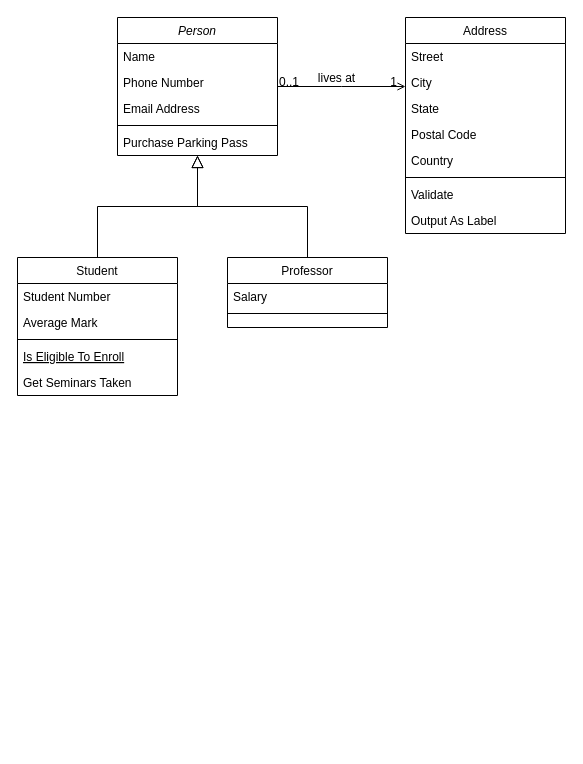
The draw.io diagram Untitled Diagram.drawio in ahmadzen022/PerpusDigital, before the edit. Source tidied: cells renumbered, new cells numbered last; positions are measured from the earlier drawing's top-left corner, leaving out a move shared by most shapes. Both pictures are drawn from the tidied source at 100%, with x=0, y=0 at pixel (17, 17).
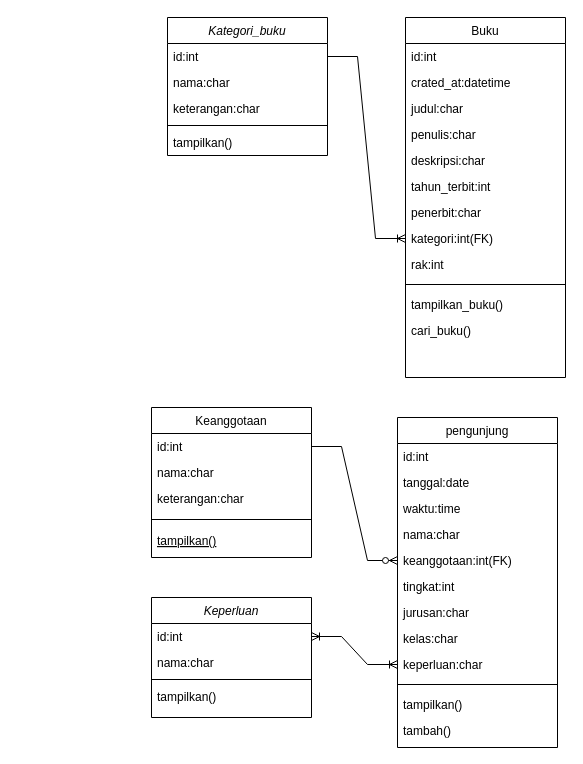
The same page after the edit.

Commit message (it also covers changes not shown here):
Class Diagram perpus.drawio

What changed in the source:
```diff
@@
-    <mxCell id="2" value="Person" style="swimlane;fontStyle=2;align=center;verticalAlign=top;horizontal=1;startSize=26;rounded=0;shadow=0;strokeWidth=1;" parent="1" vertex="1">
-      <mxGeometry x="100" width="160" height="138" as="geometry" />
+    <mxCell id="2" value="Kategori_buku" style="swimlane;fontStyle=2;align=center;verticalAlign=top;horizontal=1;startSize=26;rounded=0;shadow=0;strokeWidth=1;" parent="1" vertex="1">
+      <mxGeometry x="150" width="160" height="138" as="geometry" />
     </mxCell>
-    <mxCell id="3" value="Name" style="text;align=left;verticalAlign=top;spacingLeft=4;spacingRight=4;overflow=hidden;points=[[0,0.5],[1,0.5]];portConstraint=eastwest;" parent="2" vertex="1">
+    <mxCell id="3" value="id:int" style="text;align=left;verticalAlign=top;spacingLeft=4;spacingRight=4;overflow=hidden;points=[[0,0.5],[1,0.5]];portConstraint=eastwest;" parent="2" vertex="1">
       <mxGeometry y="26" width="160" height="26" as="geometry" />
     </mxCell>
-    <mxCell id="4" value="Phone Number" style="text;align=left;verticalAlign=top;spacingLeft=4;spacingRight=4;overflow=hidden;rounded=0;shadow=0;html=0;" parent="2" vertex="1">
+    <mxCell id="4" value="nama:char" style="text;align=left;verticalAlign=top;spacingLeft=4;spacingRight=4;overflow=hidden;rounded=0;shadow=0;html=0;" parent="2" vertex="1">
       <mxGeometry y="52" width="160" height="26" as="geometry" />
     </mxCell>
-    <mxCell id="5" value="Email Address" style="text;align=left;verticalAlign=top;spacingLeft=4;spacingRight=4;overflow=hidden;rounded=0;shadow=0;html=0;" parent="2" vertex="1">
+    <mxCell id="5" value="keterangan:char" style="text;align=left;verticalAlign=top;spacingLeft=4;spacingRight=4;overflow=hidden;rounded=0;shadow=0;html=0;" parent="2" vertex="1">
       <mxGeometry y="78" width="160" height="26" as="geometry" />
     </mxCell>
@@
-    <mxCell id="7" value="Purchase Parking Pass" style="text;align=left;verticalAlign=top;spacingLeft=4;spacingRight=4;overflow=hidden;" parent="2" vertex="1">
+    <mxCell id="7" value="tampilkan()" style="text;align=left;verticalAlign=top;spacingLeft=4;spacingRight=4;overflow=hidden;" parent="2" vertex="1">
       <mxGeometry y="112" width="160" height="26" as="geometry" />
     </mxCell>
-    <mxCell id="8" value="Student" style="swimlane;fontStyle=0;align=center;verticalAlign=top;horizontal=1;startSize=26;rounded=0;shadow=0;strokeWidth=1;" parent="1" vertex="1">
-      <mxGeometry y="240" width="160" height="138" as="geometry" />
+    <mxCell id="8" value="Keanggotaan" style="swimlane;fontStyle=0;align=center;verticalAlign=top;horizontal=1;startSize=26;rounded=0;shadow=0;strokeWidth=1;" parent="1" vertex="1">
+      <mxGeometry x="134" y="390" width="160" height="150" as="geometry" />
     </mxCell>
-    <mxCell id="9" value="Student Number" style="text;align=left;verticalAlign=top;spacingLeft=4;spacingRight=4;overflow=hidden;points=[[0,0.5],[1,0.5]];portConstraint=eastwest;" parent="8" vertex="1">
+    <mxCell id="9" value="id:int" style="text;align=left;verticalAlign=top;spacingLeft=4;spacingRight=4;overflow=hidden;points=[[0,0.5],[1,0.5]];portConstraint=eastwest;" parent="8" vertex="1">
       <mxGeometry y="26" width="160" height="26" as="geometry" />
     </mxCell>
-    <mxCell id="10" value="Average Mark" style="text;align=left;verticalAlign=top;spacingLeft=4;spacingRight=4;overflow=hidden;rounded=0;shadow=0;html=0;" parent="8" vertex="1">
+    <mxCell id="10" value="nama:char" style="text;align=left;verticalAlign=top;spacingLeft=4;spacingRight=4;overflow=hidden;rounded=0;shadow=0;html=0;" parent="8" vertex="1">
       <mxGeometry y="52" width="160" height="26" as="geometry" />
     </mxCell>
+    <mxCell id="32" value="keterangan:char" style="text;align=left;verticalAlign=top;spacingLeft=4;spacingRight=4;overflow=hidden;rounded=0;shadow=0;html=0;" parent="8" vertex="1">
+      <mxGeometry y="78" width="160" height="26" as="geometry" />
+    </mxCell>
     <mxCell id="11" style="line;html=1;strokeWidth=1;align=left;verticalAlign=middle;spacingTop=-1;spacingLeft=3;spacingRight=3;labelPosition=right;" parent="8" vertex="1">
-      <mxGeometry y="78" width="160" height="8" as="geometry" />
+      <mxGeometry y="104" width="160" height="16" as="geometry" />
     </mxCell>
-    <mxCell id="12" value="Is Eligible To Enroll" style="text;align=left;verticalAlign=top;spacingLeft=4;spacingRight=4;overflow=hidden;fontStyle=4;" parent="8" vertex="1">
-      <mxGeometry y="86" width="160" height="26" as="geometry" />
+    <mxCell id="12" value="tampilkan()" style="text;align=left;verticalAlign=top;spacingLeft=4;spacingRight=4;overflow=hidden;fontStyle=4;" parent="8" vertex="1">
+      <mxGeometry y="120" width="160" height="26" as="geometry" />
     </mxCell>
-    <mxCell id="13" value="Get Seminars Taken" style="text;align=left;verticalAlign=top;spacingLeft=4;spacingRight=4;overflow=hidden;" parent="8" vertex="1">
-      <mxGeometry y="112" width="160" height="26" as="geometry" />
-    </mxCell>
-    <mxCell id="14" style="endArrow=block;endSize=10;endFill=0;shadow=0;strokeWidth=1;rounded=0;edgeStyle=elbowEdgeStyle;elbow=vertical;" parent="1" edge="1" source="8" target="2">
-      <mxGeometry relative="1" as="geometry" />
-    </mxCell>
-    <mxCell id="15" value="Professor" style="swimlane;fontStyle=0;align=center;verticalAlign=top;horizontal=1;startSize=26;rounded=0;shadow=0;strokeWidth=1;" parent="1" vertex="1">
-      <mxGeometry x="210" y="240" width="160" height="70" as="geometry" />
-    </mxCell>
-    <mxCell id="16" value="Salary" style="text;align=left;verticalAlign=top;spacingLeft=4;spacingRight=4;overflow=hidden;" parent="15" vertex="1">
-      <mxGeometry y="26" width="160" height="26" as="geometry" />
-    </mxCell>
-    <mxCell id="17" style="line;html=1;strokeWidth=1;align=left;verticalAlign=middle;spacingTop=-1;spacingLeft=3;spacingRight=3;labelPosition=right;" parent="15" vertex="1">
-      <mxGeometry y="52" width="160" height="8" as="geometry" />
-    </mxCell>
-    <mxCell id="18" style="endArrow=block;endSize=10;endFill=0;shadow=0;strokeWidth=1;rounded=0;edgeStyle=elbowEdgeStyle;elbow=vertical;" parent="1" edge="1" source="15" target="2">
-      <mxGeometry relative="1" as="geometry" />
-    </mxCell>
-    <mxCell id="19" value="Address" style="swimlane;fontStyle=0;align=center;verticalAlign=top;horizontal=1;startSize=26;rounded=0;shadow=0;strokeWidth=1;" parent="1" vertex="1">
-      <mxGeometry x="388" width="160" height="216" as="geometry" />
+    <mxCell id="19" value="Buku" style="swimlane;fontStyle=0;align=center;verticalAlign=top;horizontal=1;startSize=26;rounded=0;shadow=0;strokeWidth=1;" parent="1" vertex="1">
+      <mxGeometry x="388" width="160" height="360" as="geometry" />
     </mxCell>
-    <mxCell id="20" value="Street" style="text;align=left;verticalAlign=top;spacingLeft=4;spacingRight=4;overflow=hidden;" parent="19" vertex="1">
+    <mxCell id="20" value="id:int" style="text;align=left;verticalAlign=top;spacingLeft=4;spacingRight=4;overflow=hidden;" parent="19" vertex="1">
       <mxGeometry y="26" width="160" height="26" as="geometry" />
     </mxCell>
-    <mxCell id="21" value="City" style="text;align=left;verticalAlign=top;spacingLeft=4;spacingRight=4;overflow=hidden;rounded=0;shadow=0;html=0;" parent="19" vertex="1">
+    <mxCell id="21" value="crated_at:datetime" style="text;align=left;verticalAlign=top;spacingLeft=4;spacingRight=4;overflow=hidden;rounded=0;shadow=0;html=0;" parent="19" vertex="1">
       <mxGeometry y="52" width="160" height="26" as="geometry" />
     </mxCell>
-    <mxCell id="22" value="State" style="text;align=left;verticalAlign=top;spacingLeft=4;spacingRight=4;overflow=hidden;rounded=0;shadow=0;html=0;" parent="19" vertex="1">
+    <mxCell id="22" value="judul:char" style="text;align=left;verticalAlign=top;spacingLeft=4;spacingRight=4;overflow=hidden;rounded=0;shadow=0;html=0;" parent="19" vertex="1">
       <mxGeometry y="78" width="160" height="26" as="geometry" />
     </mxCell>
-    <mxCell id="23" value="Postal Code" style="text;align=left;verticalAlign=top;spacingLeft=4;spacingRight=4;overflow=hidden;rounded=0;shadow=0;html=0;" parent="19" vertex="1">
+    <mxCell id="23" value="penulis:char" style="text;align=left;verticalAlign=top;spacingLeft=4;spacingRight=4;overflow=hidden;rounded=0;shadow=0;html=0;" parent="19" vertex="1">
       <mxGeometry y="104" width="160" height="26" as="geometry" />
     </mxCell>
-    <mxCell id="24" value="Country" style="text;align=left;verticalAlign=top;spacingLeft=4;spacingRight=4;overflow=hidden;rounded=0;shadow=0;html=0;" parent="19" vertex="1">
+    <mxCell id="24" value="deskripsi:char" style="text;align=left;verticalAlign=top;spacingLeft=4;spacingRight=4;overflow=hidden;rounded=0;shadow=0;html=0;" parent="19" vertex="1">
       <mxGeometry y="130" width="160" height="26" as="geometry" />
     </mxCell>
+    <mxCell id="33" value="tahun_terbit:int" style="text;align=left;verticalAlign=top;spacingLeft=4;spacingRight=4;overflow=hidden;rounded=0;shadow=0;html=0;" parent="19" vertex="1">
+      <mxGeometry y="156" width="160" height="26" as="geometry" />
+    </mxCell>
+    <mxCell id="34" value="penerbit:char" style="text;align=left;verticalAlign=top;spacingLeft=4;spacingRight=4;overflow=hidden;rounded=0;shadow=0;html=0;" parent="19" vertex="1">
+      <mxGeometry y="182" width="160" height="26" as="geometry" />
+    </mxCell>
+    <mxCell id="35" value="kategori:int(FK)" style="text;align=left;verticalAlign=top;spacingLeft=4;spacingRight=4;overflow=hidden;points=[[0,0.5],[1,0.5]];portConstraint=eastwest;rounded=0;shadow=0;html=0;" parent="19" vertex="1">
+      <mxGeometry y="208" width="160" height="26" as="geometry" />
+    </mxCell>
+    <mxCell id="36" value="rak:int" style="text;align=left;verticalAlign=top;spacingLeft=4;spacingRight=4;overflow=hidden;rounded=0;shadow=0;html=0;" parent="19" vertex="1">
+      <mxGeometry y="234" width="160" height="26" as="geometry" />
+    </mxCell>
     <mxCell id="25" style="line;html=1;strokeWidth=1;align=left;verticalAlign=middle;spacingTop=-1;spacingLeft=3;spacingRight=3;labelPosition=right;" parent="19" vertex="1">
-      <mxGeometry y="156" width="160" height="8" as="geometry" />
+      <mxGeometry y="260" width="160" height="14" as="geometry" />
     </mxCell>
-    <mxCell id="26" value="Validate" style="text;align=left;verticalAlign=top;spacingLeft=4;spacingRight=4;overflow=hidden;" parent="19" vertex="1">
-      <mxGeometry y="164" width="160" height="26" as="geometry" />
+    <mxCell id="26" value="tampilkan_buku()" style="text;align=left;verticalAlign=top;spacingLeft=4;spacingRight=4;overflow=hidden;" parent="19" vertex="1">
+      <mxGeometry y="274" width="160" height="26" as="geometry" />
     </mxCell>
-    <mxCell id="27" value="Output As Label" style="text;align=left;verticalAlign=top;spacingLeft=4;spacingRight=4;overflow=hidden;" parent="19" vertex="1">
-      <mxGeometry y="190" width="160" height="26" as="geometry" />
+    <mxCell id="27" value="cari_buku()" style="text;align=left;verticalAlign=top;spacingLeft=4;spacingRight=4;overflow=hidden;" parent="19" vertex="1">
+      <mxGeometry y="300" width="160" height="26" as="geometry" />
     </mxCell>
-    <mxCell id="28" style="endArrow=open;shadow=0;strokeWidth=1;rounded=0;endFill=1;edgeStyle=elbowEdgeStyle;elbow=vertical;" parent="1" edge="1" source="2" target="19">
-      <mxGeometry x="0.5" y="41" relative="1" as="geometry">
-        <mxPoint x="-40" y="32" as="offset" />
-      </mxGeometry>
-    </mxCell>
-    <mxCell id="29" value="0..1" style="align=left;verticalAlign=bottom;labelBackgroundColor=none;fontSize=12;" parent="28" vertex="1">
-      <mxGeometry x="-1" relative="1" as="geometry">
-        <mxPoint y="4" as="offset" />
-      </mxGeometry>
-    </mxCell>
-    <mxCell id="30" value="1" style="align=right;verticalAlign=bottom;labelBackgroundColor=none;fontSize=12;" parent="28" vertex="1">
-      <mxGeometry x="1" relative="1" as="geometry">
-        <mxPoint x="-7" y="4" as="offset" />
-      </mxGeometry>
-    </mxCell>
-    <mxCell id="31" value="lives at" style="text;html=1;align=center;verticalAlign=middle;labelBackgroundColor=none;rounded=0;shadow=0;strokeWidth=1;fontSize=12;" parent="28" vertex="1">
-      <mxGeometry x="0.5" y="49" relative="1" as="geometry">
-        <mxPoint x="-38" y="40" as="offset" />
-      </mxGeometry>
-    </mxCell>
+    <mxCell id="37" value="Keperluan" style="swimlane;fontStyle=2;align=center;verticalAlign=top;horizontal=1;startSize=26;rounded=0;shadow=0;strokeWidth=1;" parent="1" vertex="1">
+      <mxGeometry x="134" y="580" width="160" height="120" as="geometry" />
+    </mxCell>
+    <mxCell id="38" value="id:int" style="text;align=left;verticalAlign=top;spacingLeft=4;spacingRight=4;overflow=hidden;points=[[0,0.5],[1,0.5]];portConstraint=eastwest;" parent="37" vertex="1">
+      <mxGeometry y="26" width="160" height="26" as="geometry" />
+    </mxCell>
+    <mxCell id="39" value="nama:char" style="text;align=left;verticalAlign=top;spacingLeft=4;spacingRight=4;overflow=hidden;rounded=0;shadow=0;html=0;" parent="37" vertex="1">
+      <mxGeometry y="52" width="160" height="26" as="geometry" />
+    </mxCell>
+    <mxCell id="40" style="line;html=1;strokeWidth=1;align=left;verticalAlign=middle;spacingTop=-1;spacingLeft=3;spacingRight=3;labelPosition=right;" parent="37" vertex="1">
+      <mxGeometry y="78" width="160" height="8" as="geometry" />
+    </mxCell>
+    <mxCell id="41" value="tampilkan()" style="text;align=left;verticalAlign=top;spacingLeft=4;spacingRight=4;overflow=hidden;" parent="37" vertex="1">
+      <mxGeometry y="86" width="160" height="26" as="geometry" />
+    </mxCell>
+    <mxCell id="42" value="pengunjung" style="swimlane;fontStyle=0;align=center;verticalAlign=top;horizontal=1;startSize=26;rounded=0;shadow=0;strokeWidth=1;" parent="1" vertex="1">
+      <mxGeometry x="380" y="400" width="160" height="330" as="geometry" />
+    </mxCell>
+    <mxCell id="43" value="id:int" style="text;align=left;verticalAlign=top;spacingLeft=4;spacingRight=4;overflow=hidden;" parent="42" vertex="1">
+      <mxGeometry y="26" width="160" height="26" as="geometry" />
+    </mxCell>
+    <mxCell id="44" value="tanggal:date" style="text;align=left;verticalAlign=top;spacingLeft=4;spacingRight=4;overflow=hidden;rounded=0;shadow=0;html=0;" parent="42" vertex="1">
+      <mxGeometry y="52" width="160" height="26" as="geometry" />
+    </mxCell>
+    <mxCell id="45" value="waktu:time" style="text;align=left;verticalAlign=top;spacingLeft=4;spacingRight=4;overflow=hidden;rounded=0;shadow=0;html=0;" parent="42" vertex="1">
+      <mxGeometry y="78" width="160" height="26" as="geometry" />
+    </mxCell>
+    <mxCell id="46" value="nama:char" style="text;align=left;verticalAlign=top;spacingLeft=4;spacingRight=4;overflow=hidden;rounded=0;shadow=0;html=0;" parent="42" vertex="1">
+      <mxGeometry y="104" width="160" height="26" as="geometry" />
+    </mxCell>
+    <mxCell id="47" value="keanggotaan:int(FK)" style="text;align=left;verticalAlign=top;spacingLeft=4;spacingRight=4;overflow=hidden;points=[[0,0.5],[1,0.5]];portConstraint=eastwest;rounded=0;shadow=0;html=0;" parent="42" vertex="1">
+      <mxGeometry y="130" width="160" height="26" as="geometry" />
+    </mxCell>
+    <mxCell id="48" value="tingkat:int" style="text;align=left;verticalAlign=top;spacingLeft=4;spacingRight=4;overflow=hidden;rounded=0;shadow=0;html=0;" parent="42" vertex="1">
+      <mxGeometry y="156" width="160" height="26" as="geometry" />
+    </mxCell>
+    <mxCell id="49" value="jurusan:char" style="text;align=left;verticalAlign=top;spacingLeft=4;spacingRight=4;overflow=hidden;rounded=0;shadow=0;html=0;" parent="42" vertex="1">
+      <mxGeometry y="182" width="160" height="26" as="geometry" />
+    </mxCell>
+    <mxCell id="50" value="kelas:char" style="text;align=left;verticalAlign=top;spacingLeft=4;spacingRight=4;overflow=hidden;rounded=0;shadow=0;html=0;" parent="42" vertex="1">
+      <mxGeometry y="208" width="160" height="26" as="geometry" />
+    </mxCell>
+    <mxCell id="51" value="keperluan:char" style="text;align=left;verticalAlign=top;spacingLeft=4;spacingRight=4;overflow=hidden;points=[[0,0.5],[1,0.5]];portConstraint=eastwest;rounded=0;shadow=0;html=0;" parent="42" vertex="1">
+      <mxGeometry y="234" width="160" height="26" as="geometry" />
+    </mxCell>
+    <mxCell id="52" style="line;html=1;strokeWidth=1;align=left;verticalAlign=middle;spacingTop=-1;spacingLeft=3;spacingRight=3;labelPosition=right;" parent="42" vertex="1">
+      <mxGeometry y="260" width="160" height="14" as="geometry" />
+    </mxCell>
+    <mxCell id="53" value="tampilkan()" style="text;align=left;verticalAlign=top;spacingLeft=4;spacingRight=4;overflow=hidden;" parent="42" vertex="1">
+      <mxGeometry y="274" width="160" height="26" as="geometry" />
+    </mxCell>
+    <mxCell id="54" value="tambah()" style="text;align=left;verticalAlign=top;spacingLeft=4;spacingRight=4;overflow=hidden;" parent="42" vertex="1">
+      <mxGeometry y="300" width="160" height="26" as="geometry" />
+    </mxCell>
+    <mxCell id="55" style="edgeStyle=entityRelationEdgeStyle;fontSize=12;html=1;endArrow=ERoneToMany;rounded=0;entryX=0;entryY=0.5;entryDx=0;entryDy=0;exitX=1;exitY=0.5;exitDx=0;exitDy=0;" parent="1" edge="1" source="3" target="35">
+      <mxGeometry relative="1" as="geometry">
+        <Array as="points">
+          <mxPoint x="250" y="300" />
+        </Array>
+      </mxGeometry>
+    </mxCell>
+    <mxCell id="56" style="edgeStyle=entityRelationEdgeStyle;fontSize=12;html=1;endArrow=ERoneToMany;startArrow=ERoneToMany;rounded=0;exitX=1;exitY=0.5;exitDx=0;exitDy=0;entryX=0;entryY=0.5;entryDx=0;entryDy=0;" parent="1" edge="1" source="38" target="51">
+      <mxGeometry relative="1" as="geometry" />
+    </mxCell>
+    <mxCell id="57" style="edgeStyle=entityRelationEdgeStyle;fontSize=12;html=1;endArrow=ERzeroToMany;endFill=1;rounded=0;exitX=1;exitY=0.5;exitDx=0;exitDy=0;entryX=0;entryY=0.5;entryDx=0;entryDy=0;" parent="1" edge="1" source="9" target="47">
+      <mxGeometry relative="1" as="geometry" />
+    </mxCell>
```
